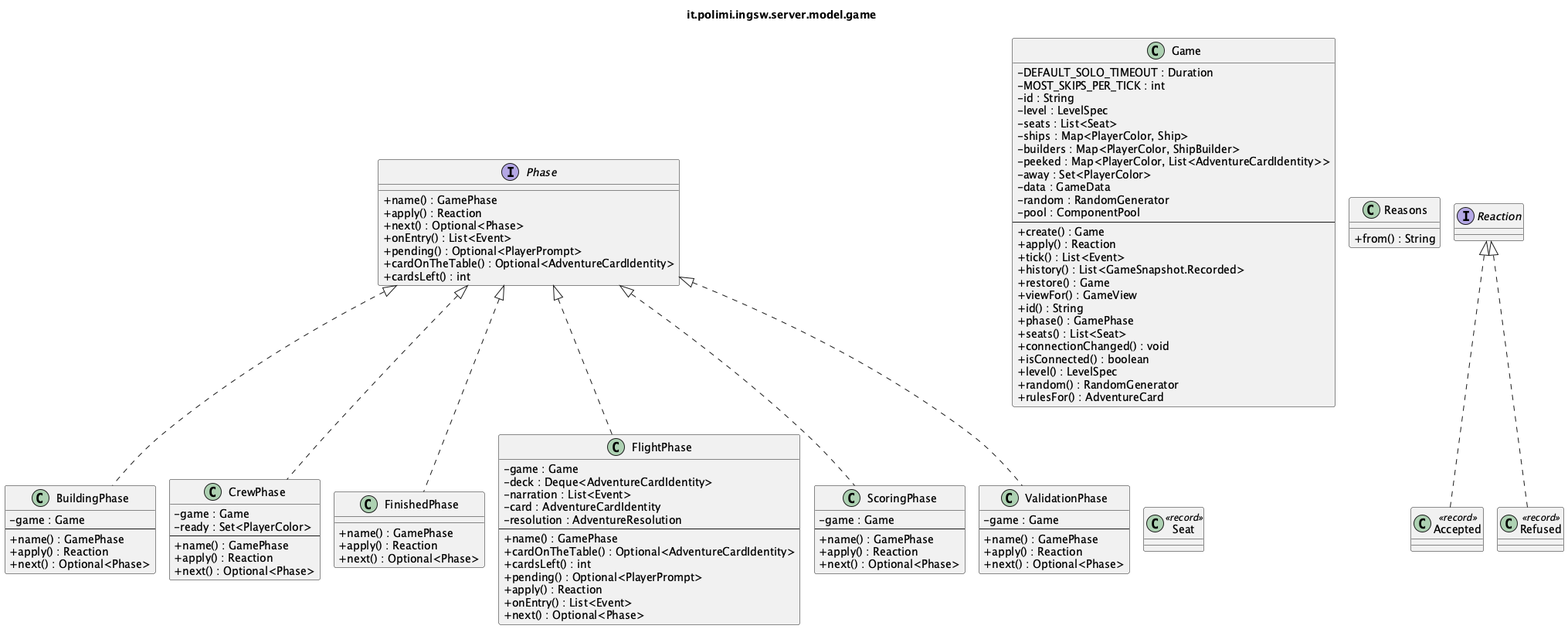
samuelesegrini/ing-sw-2025-segrini-terribile-varricchio-zanca keeps this PlantUML diagram as docs/uml/detailed/it_polimi_ingsw_server_model_game.png. Above is the earlier version. Its diagram source:
```plantuml
@startuml it_polimi_ingsw_server_model_game
!pragma layout smetana
skinparam shadowing false
skinparam classAttributeIconSize 0
title it.polimi.ingsw.server.model.game

class BuildingPhase {
  -game : Game
  --
  +name() : GamePhase
  +apply() : Reaction
  +next() : Optional<Phase>
}
class CrewPhase {
  -game : Game
  -ready : Set<PlayerColor>
  --
  +name() : GamePhase
  +apply() : Reaction
  +next() : Optional<Phase>
}
class FinishedPhase {
  +name() : GamePhase
  +apply() : Reaction
  +next() : Optional<Phase>
}
class FlightPhase {
  -game : Game
  -deck : Deque<AdventureCardIdentity>
  -narration : List<Event>
  -card : AdventureCardIdentity
  -resolution : AdventureResolution
  --
  +name() : GamePhase
  +cardOnTheTable() : Optional<AdventureCardIdentity>
  +cardsLeft() : int
  +pending() : Optional<PlayerPrompt>
  +apply() : Reaction
  +onEntry() : List<Event>
  +next() : Optional<Phase>
}
class Game {
  -DEFAULT_SOLO_TIMEOUT : Duration
  -MOST_SKIPS_PER_TICK : int
  -id : String
  -level : LevelSpec
  -seats : List<Seat>
  -ships : Map<PlayerColor, Ship>
  -builders : Map<PlayerColor, ShipBuilder>
  -peeked : Map<PlayerColor, List<AdventureCardIdentity>>
  -away : Set<PlayerColor>
  -data : GameData
  -random : RandomGenerator
  -pool : ComponentPool
  --
  +create() : Game
  +apply() : Reaction
  +tick() : List<Event>
  +history() : List<GameSnapshot.Recorded>
  +restore() : Game
  +viewFor() : GameView
  +id() : String
  +phase() : GamePhase
  +seats() : List<Seat>
  +connectionChanged() : void
  +isConnected() : boolean
  +level() : LevelSpec
  +random() : RandomGenerator
  +rulesFor() : AdventureCard
}
interface Phase {
  +name() : GamePhase
  +apply() : Reaction
  +next() : Optional<Phase>
  +onEntry() : List<Event>
  +pending() : Optional<PlayerPrompt>
  +cardOnTheTable() : Optional<AdventureCardIdentity>
  +cardsLeft() : int
}
interface Reaction {
}
class Accepted <<record>> {
}
class Refused <<record>> {
}
class Reasons {
  +from() : String
}
class ScoringPhase {
  -game : Game
  --
  +name() : GamePhase
  +apply() : Reaction
  +next() : Optional<Phase>
}
class Seat <<record>> {
}
class ValidationPhase {
  -game : Game
  --
  +name() : GamePhase
  +apply() : Reaction
  +next() : Optional<Phase>
}

Phase <|.. BuildingPhase
Phase <|.. CrewPhase
Phase <|.. FinishedPhase
Phase <|.. FlightPhase
Reaction <|.. Accepted
Reaction <|.. Refused
Phase <|.. ScoringPhase
Phase <|.. ValidationPhase
@enduml
```
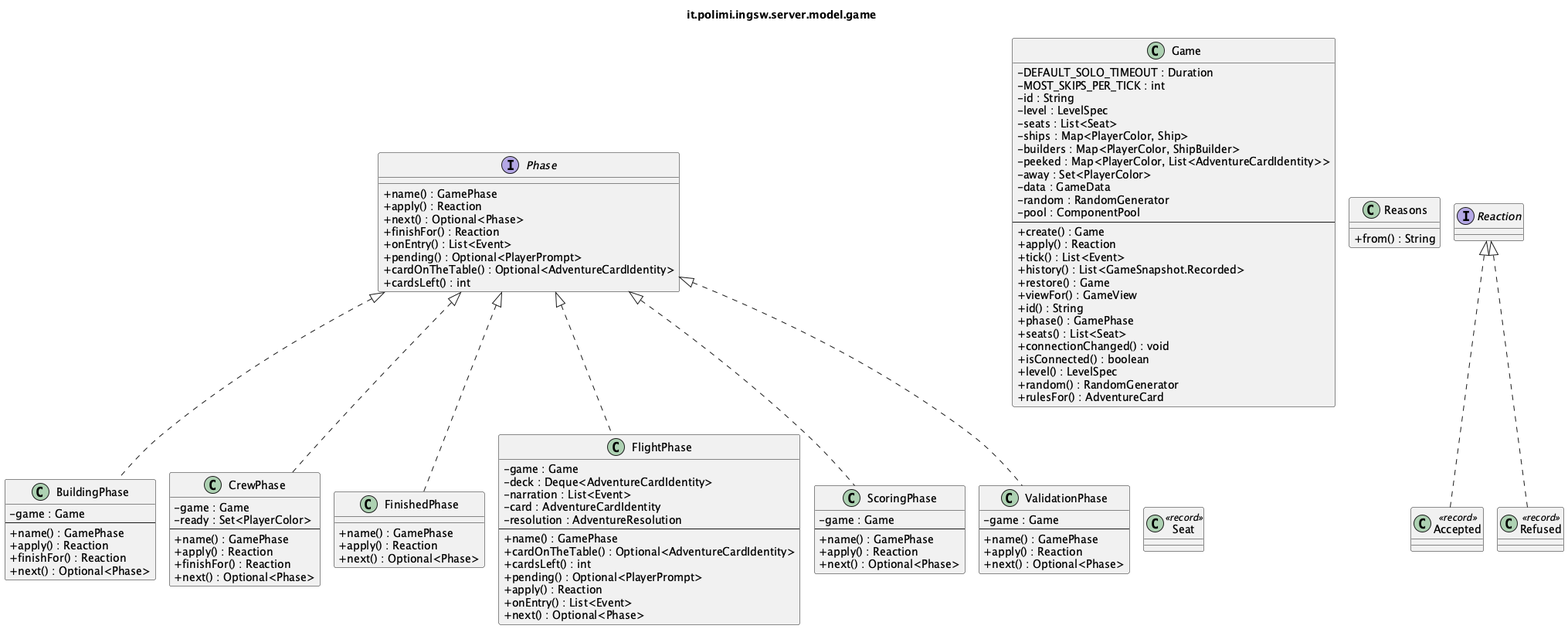
The same file after the commit.

Diff of the diagram source:
```diff
@@ -9,6 +9,7 @@
   --
   +name() : GamePhase
   +apply() : Reaction
+  +finishFor() : Reaction
   +next() : Optional<Phase>
 }
 class CrewPhase {
@@ -17,6 +18,7 @@
   --
   +name() : GamePhase
   +apply() : Reaction
+  +finishFor() : Reaction
   +next() : Optional<Phase>
 }
 class FinishedPhase {
@@ -72,6 +74,7 @@
   +name() : GamePhase
   +apply() : Reaction
   +next() : Optional<Phase>
+  +finishFor() : Reaction
   +onEntry() : List<Event>
   +pending() : Optional<PlayerPrompt>
   +cardOnTheTable() : Optional<AdventureCardIdentity>
```
